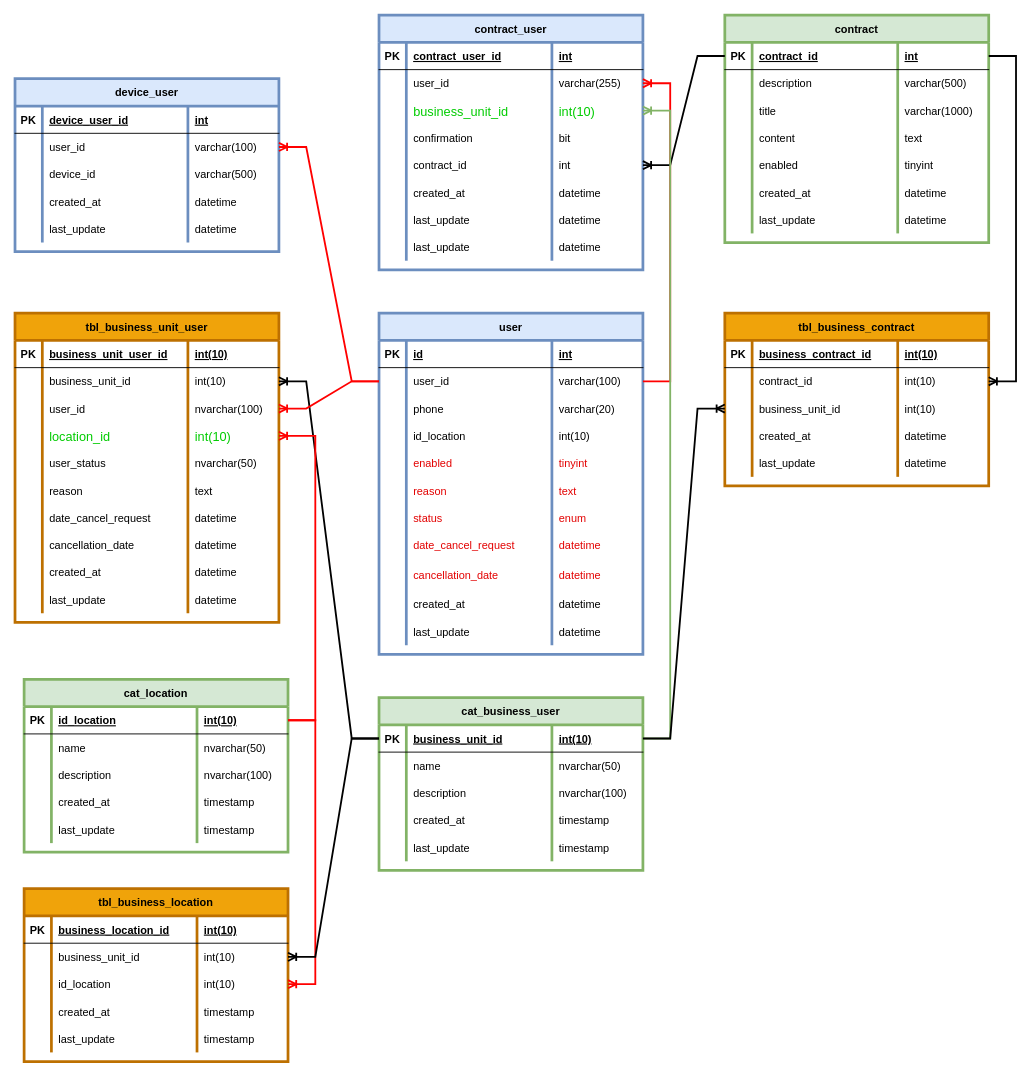
marcoluisdf/documentacion keeps this draw.io diagram as page "Users" (1 of 4) of Data base/E-R Dev.drawio. Above is the earlier version. Source tidied: cells renumbered, new cells numbered last; positions are measured from the earlier drawing's top-left corner, leaving out a move shared by most shapes. Both pictures are drawn from the tidied source at 91%, with x=0, y=0 at pixel (15, 15).
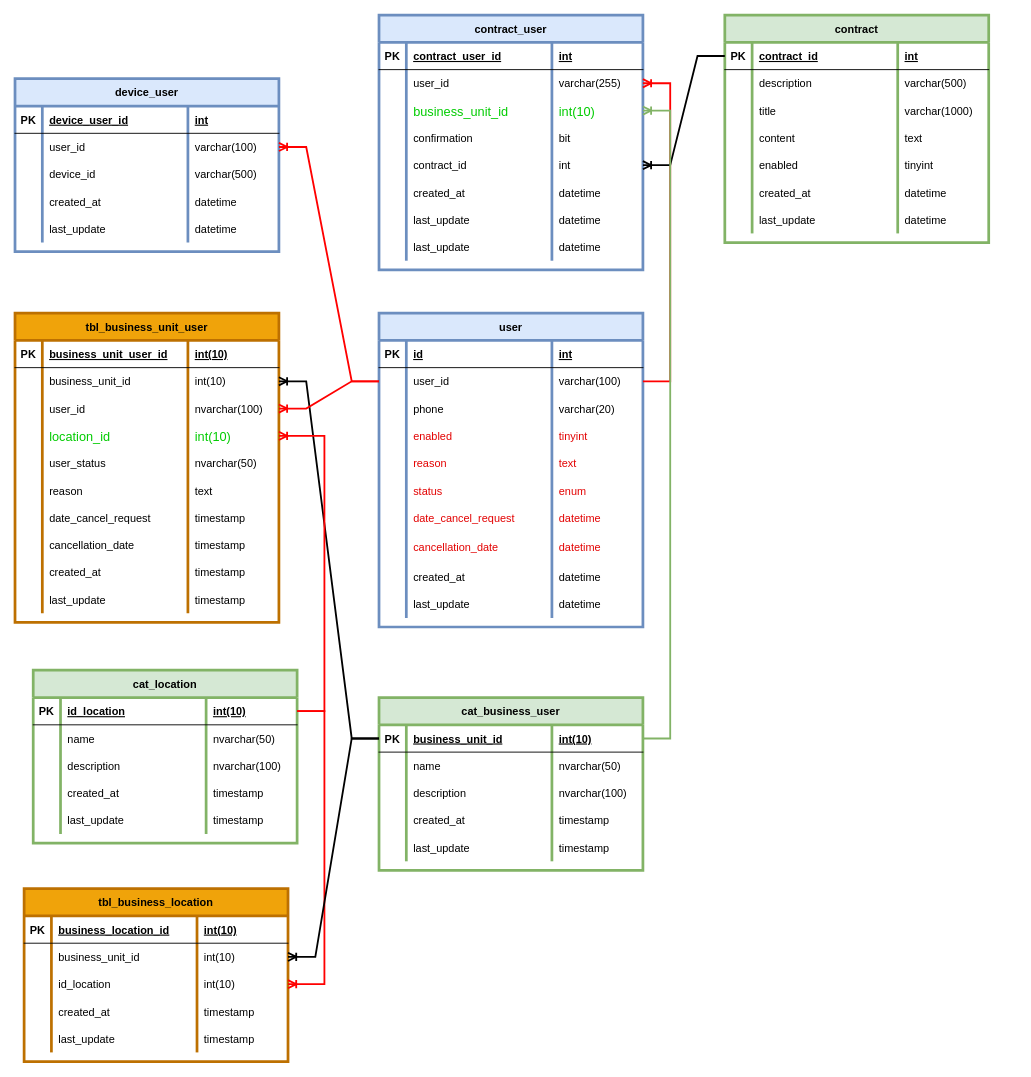
The same diagram, later.

Unchanged cells that the change refers to:
```xml
<mxCell id="48" style="shape=partialRectangle;fillColor=none;points=[[0,0.5],[1,0.5]];portConstraint=eastwest;top=0;left=0;right=0;bottom=1;" parent="47" vertex="1">
  <mxGeometry y="30" width="290" height="30" as="geometry" />
</mxCell>
<mxCell id="155" style="shape=partialRectangle;fillColor=none;top=0;left=0;right=0;bottom=0;" parent="130" vertex="1">
  <mxGeometry y="210" width="290" height="30" as="geometry" />
</mxCell>
<mxCell id="159" style="shape=partialRectangle;fillColor=none;top=0;left=0;right=0;bottom=0;" parent="130" vertex="1">
  <mxGeometry y="240" width="290" height="30" as="geometry" />
</mxCell>
<mxCell id="163" style="shape=partialRectangle;fillColor=none;top=0;left=0;right=0;bottom=0;" parent="130" vertex="1">
  <mxGeometry y="270" width="290" height="30" as="geometry" />
</mxCell>
<mxCell id="167" style="shape=partialRectangle;fillColor=none;top=0;left=0;right=0;bottom=0;" parent="130" vertex="1">
  <mxGeometry y="300" width="290" height="30" as="geometry" />
</mxCell>
<mxCell id="172" style="shape=partialRectangle;fillColor=none;points=[[0,0.5],[1,0.5]];portConstraint=eastwest;top=0;left=0;right=0;bottom=1;" parent="171" vertex="1">
  <mxGeometry y="30" width="290" height="30" as="geometry" />
</mxCell>
```

Change to the diagram source:
```diff
@@
     <mxCell id="2" value="user" style="shape=table;startSize=30;childLayout=tableLayout;rowLines=0;fontStyle=1;align=center;fillColor=#dae8fc;strokeColor=#6c8ebf;strokeWidth=3;" parent="1" vertex="1">
-      <mxGeometry x="400" y="327.5" width="290" height="375" as="geometry" />
+      <mxGeometry x="400" y="327.5" width="290" height="345" as="geometry" />
     </mxCell>
@@
-    <mxCell id="15" style="shape=partialRectangle;fillColor=none;top=0;left=0;right=0;bottom=0;" parent="2" vertex="1">
-      <mxGeometry y="120" width="290" height="30" as="geometry" />
-    </mxCell>
-    <mxCell id="16" style="shape=partialRectangle;overflow=hidden;fillColor=none;top=0;left=0;bottom=0;right=0;" parent="15" vertex="1">
-      <mxGeometry width="30" height="30" as="geometry" />
-    </mxCell>
-    <mxCell id="17" value="id_location" style="shape=partialRectangle;overflow=hidden;fillColor=none;top=0;left=0;bottom=0;right=0;align=left;spacingLeft=6;" parent="15" vertex="1">
-      <mxGeometry x="30" width="160" height="30" as="geometry" />
-    </mxCell>
-    <mxCell id="18" value="int(10)" style="shape=partialRectangle;overflow=hidden;fillColor=none;top=0;left=0;bottom=0;right=0;align=left;spacingLeft=6;" parent="15" vertex="1">
-      <mxGeometry x="190" width="100" height="30" as="geometry" />
-    </mxCell>
     <mxCell id="19" style="shape=partialRectangle;fillColor=none;top=0;left=0;right=0;bottom=0;" parent="2" vertex="1">
-      <mxGeometry y="150" width="290" height="30" as="geometry" />
+      <mxGeometry y="120" width="290" height="30" as="geometry" />
     </mxCell>
@@
     <mxCell id="23" style="shape=partialRectangle;fillColor=none;top=0;left=0;right=0;bottom=0;" parent="2" vertex="1">
-      <mxGeometry y="180" width="290" height="30" as="geometry" />
+      <mxGeometry y="150" width="290" height="30" as="geometry" />
     </mxCell>
@@
     <mxCell id="27" style="shape=partialRectangle;fillColor=none;top=0;left=0;right=0;bottom=0;" parent="2" vertex="1">
-      <mxGeometry y="210" width="290" height="30" as="geometry" />
+      <mxGeometry y="180" width="290" height="30" as="geometry" />
     </mxCell>
@@
     <mxCell id="31" style="shape=partialRectangle;fillColor=none;top=0;left=0;right=0;bottom=0;" parent="2" vertex="1">
-      <mxGeometry y="240" width="290" height="30" as="geometry" />
+      <mxGeometry y="210" width="290" height="30" as="geometry" />
     </mxCell>
@@
     <mxCell id="35" style="shape=partialRectangle;fillColor=none;top=0;left=0;right=0;bottom=0;" parent="2" vertex="1">
-      <mxGeometry y="270" width="290" height="35" as="geometry" />
+      <mxGeometry y="240" width="290" height="35" as="geometry" />
     </mxCell>
@@
     <mxCell id="39" style="shape=partialRectangle;fillColor=none;top=0;left=0;right=0;bottom=0;" parent="2" vertex="1">
-      <mxGeometry y="305" width="290" height="30" as="geometry" />
+      <mxGeometry y="275" width="290" height="30" as="geometry" />
     </mxCell>
@@
     <mxCell id="43" style="shape=partialRectangle;fillColor=none;top=0;left=0;right=0;bottom=0;" parent="2" vertex="1">
-      <mxGeometry y="335" width="290" height="30" as="geometry" />
+      <mxGeometry y="305" width="290" height="30" as="geometry" />
     </mxCell>
@@
-    <mxCell id="158" value="datetime" style="shape=partialRectangle;overflow=hidden;fillColor=none;top=0;left=0;bottom=0;right=0;align=left;spacingLeft=6;" parent="155" vertex="1">
+    <mxCell id="158" value="timestamp" style="shape=partialRectangle;overflow=hidden;fillColor=none;top=0;left=0;bottom=0;right=0;align=left;spacingLeft=6;" parent="155" vertex="1">
       <mxGeometry x="190" width="100" height="30" as="geometry" />
     </mxCell>
@@
-    <mxCell id="162" value="datetime" style="shape=partialRectangle;overflow=hidden;fillColor=none;top=0;left=0;bottom=0;right=0;align=left;spacingLeft=6;strokeWidth=3;" parent="159" vertex="1">
+    <mxCell id="162" value="timestamp" style="shape=partialRectangle;overflow=hidden;fillColor=none;top=0;left=0;bottom=0;right=0;align=left;spacingLeft=6;strokeWidth=3;" parent="159" vertex="1">
       <mxGeometry x="190" width="100" height="30" as="geometry" />
     </mxCell>
@@
-    <mxCell id="166" value="datetime" style="shape=partialRectangle;overflow=hidden;fillColor=none;top=0;left=0;bottom=0;right=0;align=left;spacingLeft=6;" parent="163" vertex="1">
+    <mxCell id="166" value="timestamp" style="shape=partialRectangle;overflow=hidden;fillColor=none;top=0;left=0;bottom=0;right=0;align=left;spacingLeft=6;" parent="163" vertex="1">
       <mxGeometry x="190" width="100" height="30" as="geometry" />
     </mxCell>
@@
-    <mxCell id="170" value="datetime" style="shape=partialRectangle;overflow=hidden;fillColor=none;top=0;left=0;bottom=0;right=0;align=left;spacingLeft=6;" parent="167" vertex="1">
+    <mxCell id="170" value="timestamp" style="shape=partialRectangle;overflow=hidden;fillColor=none;top=0;left=0;bottom=0;right=0;align=left;spacingLeft=6;" parent="167" vertex="1">
       <mxGeometry x="190" width="100" height="30" as="geometry" />
     </mxCell>
@@
     <mxCell id="192" value="cat_location" style="shape=table;startSize=30;childLayout=tableLayout;rowLines=0;fontStyle=1;align=center;fillColor=#d5e8d4;strokeColor=#82b366;strokeWidth=3;" parent="1" vertex="1">
-      <mxGeometry x="10" y="730" width="290" height="190" as="geometry" />
+      <mxGeometry x="20" y="720" width="290" height="190" as="geometry" />
     </mxCell>
@@
-    <mxCell id="243" value="tbl_business_contract" style="shape=table;startSize=30;childLayout=tableLayout;rowLines=0;fontStyle=1;align=center;strokeColor=#BD7000;fillColor=#f0a30a;strokeWidth=3;fontColor=#000000;" parent="1" vertex="1">
-      <mxGeometry x="780" y="327.5" width="290" height="190" as="geometry" />
-    </mxCell>
-    <mxCell id="244" style="shape=partialRectangle;fillColor=none;top=0;left=0;right=0;bottom=1;" parent="243" vertex="1">
-      <mxGeometry y="30" width="290" height="30" as="geometry" />
-    </mxCell>
-    <mxCell id="245" value="PK" style="shape=partialRectangle;overflow=hidden;fillColor=none;top=0;left=0;bottom=0;right=0;fontStyle=1;" parent="244" vertex="1">
-      <mxGeometry width="30" height="30" as="geometry" />
-    </mxCell>
-    <mxCell id="246" value="business_contract_id" style="shape=partialRectangle;overflow=hidden;fillColor=none;top=0;left=0;bottom=0;right=0;align=left;spacingLeft=6;fontStyle=5;" parent="244" vertex="1">
-      <mxGeometry x="30" width="160" height="30" as="geometry" />
-    </mxCell>
-    <mxCell id="247" value="int(10)" style="shape=partialRectangle;overflow=hidden;fillColor=none;top=0;left=0;bottom=0;right=0;align=left;spacingLeft=6;fontStyle=5;" parent="244" vertex="1">
-      <mxGeometry x="190" width="100" height="30" as="geometry" />
-    </mxCell>
-    <mxCell id="248" style="shape=partialRectangle;fillColor=none;points=[[0,0.5],[1,0.5]];portConstraint=eastwest;top=0;left=0;right=0;bottom=0;" parent="243" vertex="1">
-      <mxGeometry y="60" width="290" height="30" as="geometry" />
-    </mxCell>
-    <mxCell id="249" style="shape=partialRectangle;overflow=hidden;fillColor=none;top=0;left=0;bottom=0;right=0;" parent="248" vertex="1">
-      <mxGeometry width="30" height="30" as="geometry" />
-    </mxCell>
-    <mxCell id="250" value="contract_id" style="shape=partialRectangle;overflow=hidden;fillColor=none;top=0;left=0;bottom=0;right=0;align=left;spacingLeft=6;" parent="248" vertex="1">
-      <mxGeometry x="30" width="160" height="30" as="geometry" />
-    </mxCell>
-    <mxCell id="251" value="int(10)" style="shape=partialRectangle;overflow=hidden;fillColor=none;top=0;left=0;bottom=0;right=0;align=left;spacingLeft=6;" parent="248" vertex="1">
-      <mxGeometry x="190" width="100" height="30" as="geometry" />
-    </mxCell>
-    <mxCell id="252" style="shape=partialRectangle;fillColor=none;points=[[0,0.5],[1,0.5]];portConstraint=eastwest;top=0;left=0;right=0;bottom=0;" parent="243" vertex="1">
-      <mxGeometry y="90" width="290" height="30" as="geometry" />
-    </mxCell>
-    <mxCell id="253" style="shape=partialRectangle;overflow=hidden;fillColor=none;top=0;left=0;bottom=0;right=0;" parent="252" vertex="1">
-      <mxGeometry width="30" height="30" as="geometry" />
-    </mxCell>
-    <mxCell id="254" value="business_unit_id" style="shape=partialRectangle;overflow=hidden;fillColor=none;top=0;left=0;bottom=0;right=0;align=left;spacingLeft=6;" parent="252" vertex="1">
-      <mxGeometry x="30" width="160" height="30" as="geometry" />
-    </mxCell>
-    <mxCell id="255" value="int(10)" style="shape=partialRectangle;overflow=hidden;fillColor=none;top=0;left=0;bottom=0;right=0;align=left;spacingLeft=6;" parent="252" vertex="1">
-      <mxGeometry x="190" width="100" height="30" as="geometry" />
-    </mxCell>
-    <mxCell id="256" style="shape=partialRectangle;fillColor=none;top=0;left=0;right=0;bottom=0;" parent="243" vertex="1">
-      <mxGeometry y="120" width="290" height="30" as="geometry" />
-    </mxCell>
-    <mxCell id="257" style="shape=partialRectangle;overflow=hidden;fillColor=none;top=0;left=0;bottom=0;right=0;" parent="256" vertex="1">
-      <mxGeometry width="30" height="30" as="geometry" />
-    </mxCell>
-    <mxCell id="258" value="created_at" style="shape=partialRectangle;overflow=hidden;fillColor=none;top=0;left=0;bottom=0;right=0;align=left;spacingLeft=6;" parent="256" vertex="1">
-      <mxGeometry x="30" width="160" height="30" as="geometry" />
-    </mxCell>
-    <mxCell id="259" value="datetime" style="shape=partialRectangle;overflow=hidden;fillColor=none;top=0;left=0;bottom=0;right=0;align=left;spacingLeft=6;" parent="256" vertex="1">
-      <mxGeometry x="190" width="100" height="30" as="geometry" />
-    </mxCell>
-    <mxCell id="260" style="shape=partialRectangle;fillColor=none;top=0;left=0;right=0;bottom=0;" parent="243" vertex="1">
-      <mxGeometry y="150" width="290" height="30" as="geometry" />
-    </mxCell>
-    <mxCell id="261" style="shape=partialRectangle;overflow=hidden;fillColor=none;top=0;left=0;bottom=0;right=0;" parent="260" vertex="1">
-      <mxGeometry width="30" height="30" as="geometry" />
-    </mxCell>
-    <mxCell id="262" value="last_update" style="shape=partialRectangle;overflow=hidden;fillColor=none;top=0;left=0;bottom=0;right=0;align=left;spacingLeft=6;" parent="260" vertex="1">
-      <mxGeometry x="30" width="160" height="30" as="geometry" />
-    </mxCell>
-    <mxCell id="263" value="datetime" style="shape=partialRectangle;overflow=hidden;fillColor=none;top=0;left=0;bottom=0;right=0;align=left;spacingLeft=6;" parent="260" vertex="1">
-      <mxGeometry x="190" width="100" height="30" as="geometry" />
-    </mxCell>
-    <mxCell id="264" style="edgeStyle=entityRelationEdgeStyle;fontSize=12;html=1;endArrow=ERoneToMany;rounded=0;strokeWidth=2;" parent="1" edge="1" source="172" target="252">
-      <mxGeometry relative="1" as="geometry" />
-    </mxCell>
-    <mxCell id="265" style="edgeStyle=entityRelationEdgeStyle;fontSize=12;html=1;endArrow=ERoneToMany;rounded=0;strokeWidth=2;" parent="1" edge="1" source="48" target="248">
-      <mxGeometry relative="1" as="geometry" />
-    </mxCell>
```
